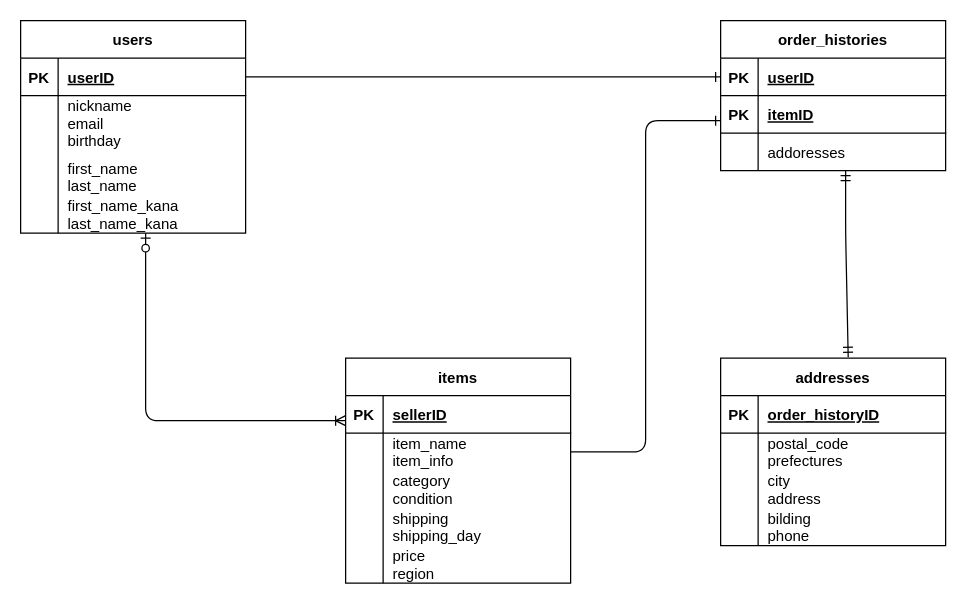
naka-nana/furima-40244_2 keeps this draw.io diagram as furima.dio. Above is the earlier version. Source tidied: cells renumbered, new cells numbered last; positions are measured from the earlier drawing's top-left corner, leaving out a move shared by most shapes. Both pictures are drawn from the tidied source at 125%, with x=0, y=0 at pixel (20, 20).
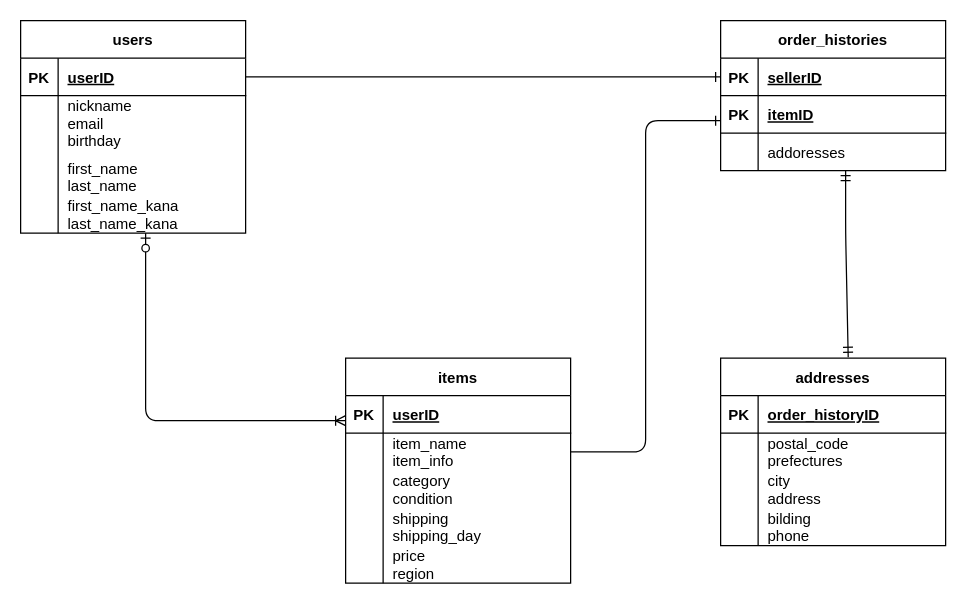
The same page after the edit.

The change refers to these unchanged cells:
```xml
<mxCell id="17" style="shape=tableRow;horizontal=0;startSize=0;swimlaneHead=0;swimlaneBody=0;fillColor=none;top=0;left=0;right=0;bottom=1;" parent="16" vertex="1">
  <mxGeometry y="30" width="180" height="30" as="geometry" />
</mxCell>
<mxCell id="34" style="shape=tableRow;horizontal=0;startSize=0;swimlaneHead=0;swimlaneBody=0;fillColor=none;points=[[0,0.5],[1,0.5]];portConstraint=eastwest;top=0;left=0;right=0;bottom=1;" parent="33" vertex="1">
  <mxGeometry y="30" width="180" height="30" as="geometry" />
</mxCell>
```

Diff of the diagram source:
```diff
@@
-    <mxCell id="19" value="sellerID" style="shape=partialRectangle;fillColor=none;top=0;left=0;bottom=0;right=0;align=left;spacingLeft=6;fontStyle=5;overflow=hidden;" parent="17" vertex="1">
+    <mxCell id="19" value="userID" style="shape=partialRectangle;fillColor=none;top=0;left=0;bottom=0;right=0;align=left;spacingLeft=6;fontStyle=5;overflow=hidden;" parent="17" vertex="1">
       <mxGeometry x="30" width="150" height="30" as="geometry" />
     </mxCell>
@@
-    <mxCell id="36" value="userID" style="shape=partialRectangle;fillColor=none;top=0;left=0;bottom=0;right=0;align=left;spacingLeft=6;fontStyle=5;overflow=hidden;" parent="34" vertex="1">
+    <mxCell id="36" value="sellerID" style="shape=partialRectangle;fillColor=none;top=0;left=0;bottom=0;right=0;align=left;spacingLeft=6;fontStyle=5;overflow=hidden;" parent="34" vertex="1">
       <mxGeometry x="30" width="150" height="30" as="geometry" />
     </mxCell>
```
